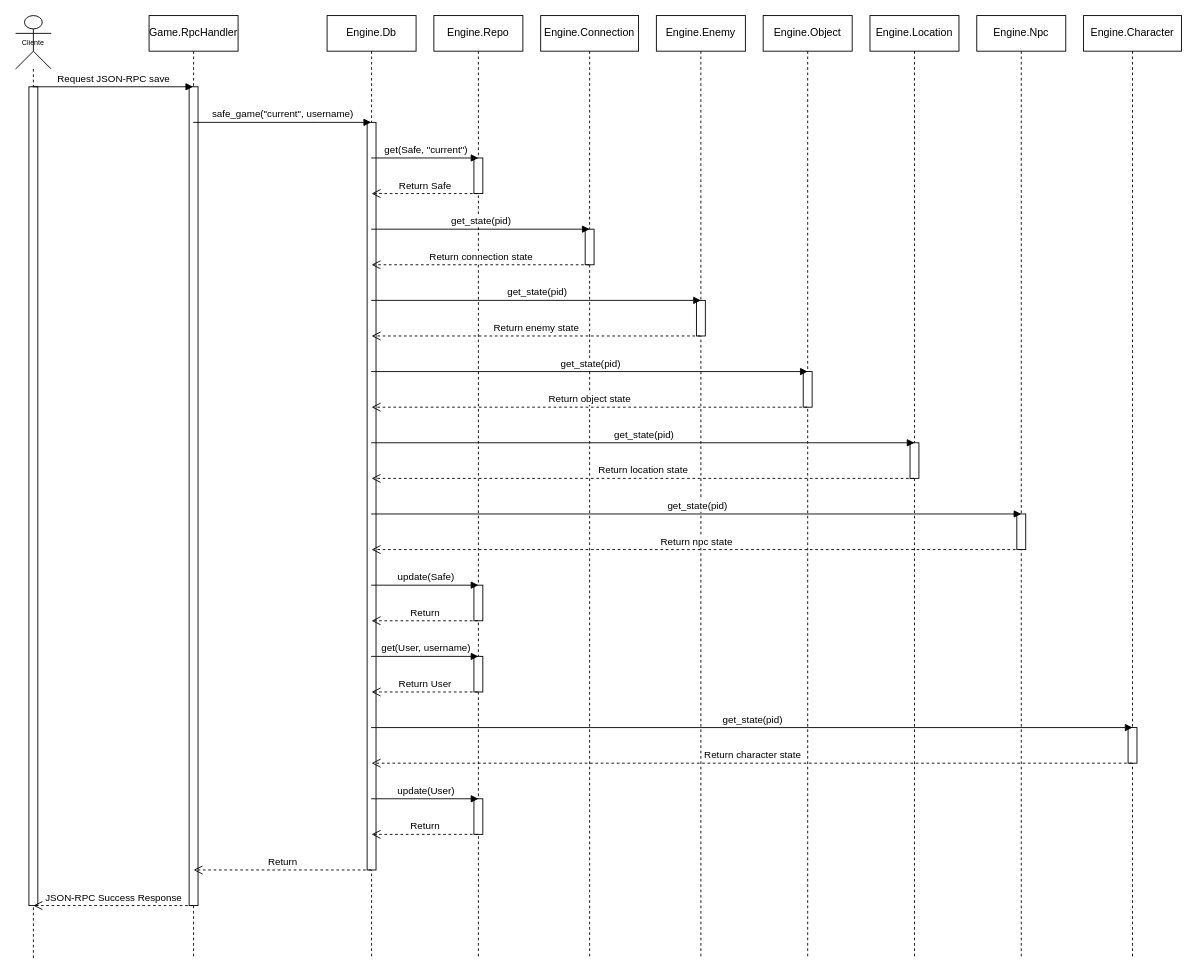
Before: diagrams/game/caso_uso_guardar_partida.drawio in ThAlsay/Hephaestus, a draw.io diagram. Source tidied: cells renumbered, new cells numbered last; positions are measured from the earlier drawing's top-left corner, leaving out a move shared by most shapes. Both pictures are drawn from the tidied source at 89%, with x=0, y=0 at pixel (15, 15).
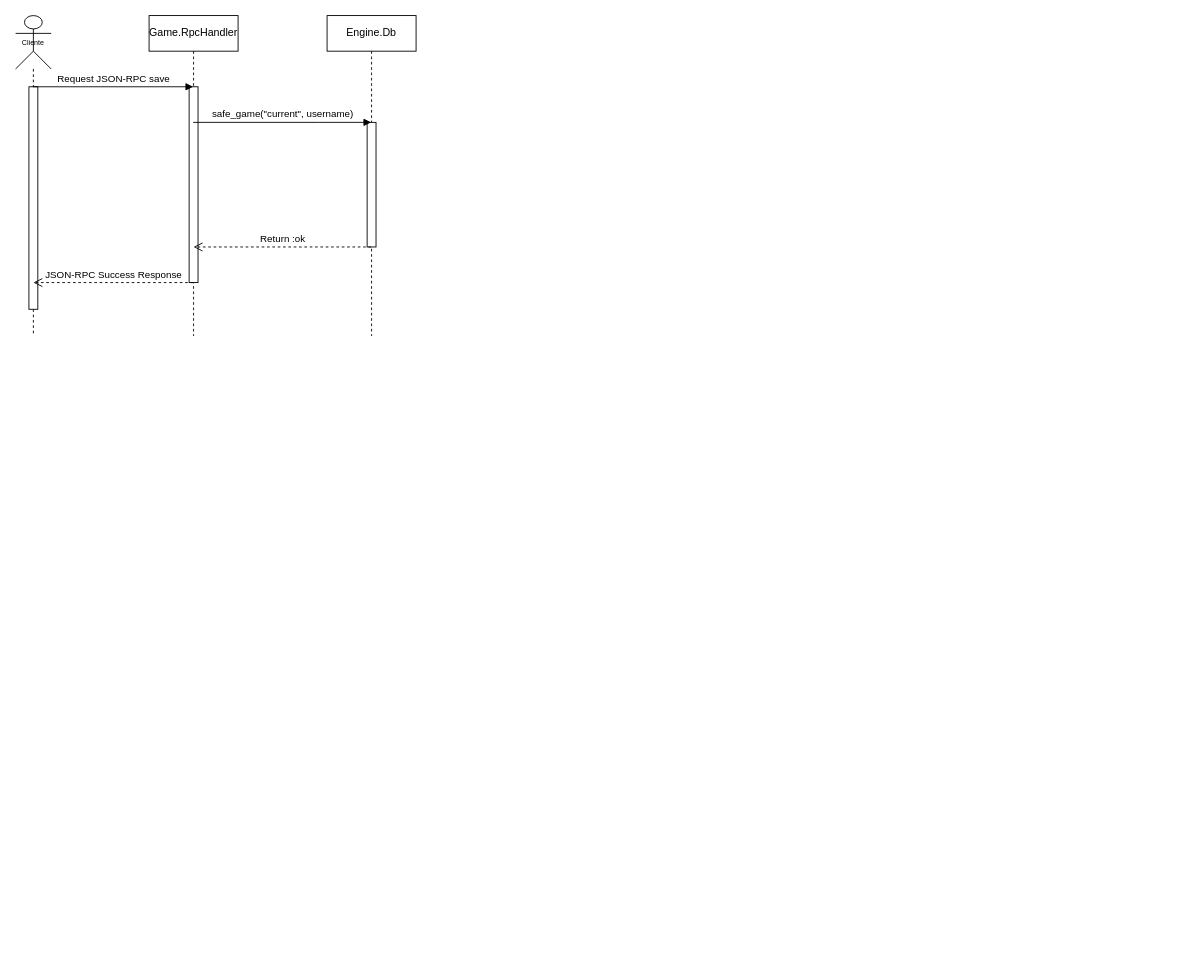
Above is the later version.

The edit, as a diff of the source:
```diff
@@
     <mxCell id="2" value="&lt;font style=&quot;font-size: 8px;&quot;&gt;Cliente&lt;/font&gt;" style="shape=umlLifeline;perimeter=lifelinePerimeter;whiteSpace=wrap;html=1;outlineConnect=0;portConstraint=eastwest;newEdgeStyle={&quot;curved&quot;:0,&quot;rounded&quot;:0};participant=umlActor;size=60;" parent="1" vertex="1">
-      <mxGeometry width="40" height="1060" as="geometry" />
+      <mxGeometry width="40" height="360" as="geometry" />
     </mxCell>
     <mxCell id="3" style="html=1;perimeter=orthogonalPerimeter;" parent="2" vertex="1">
-      <mxGeometry x="15" y="80" width="10" height="920" as="geometry" />
+      <mxGeometry x="15" y="80" width="10" height="250" as="geometry" />
     </mxCell>
     <mxCell id="4" value="Game.RpcHandler" style="shape=umlLifeline;perimeter=lifelinePerimeter;whiteSpace=wrap;html=1;outlineConnect=0;" parent="1" vertex="1">
-      <mxGeometry x="150" width="100" height="1060" as="geometry" />
+      <mxGeometry x="150" width="100" height="360" as="geometry" />
     </mxCell>
     <mxCell id="5" style="html=1;perimeter=orthogonalPerimeter;" parent="4" vertex="1">
-      <mxGeometry x="45" y="80" width="10" height="920" as="geometry" />
+      <mxGeometry x="45" y="80" width="10" height="220" as="geometry" />
     </mxCell>
     <mxCell id="6" value="Engine.Db" style="shape=umlLifeline;perimeter=lifelinePerimeter;whiteSpace=wrap;html=1;outlineConnect=0;" parent="1" vertex="1">
-      <mxGeometry x="350" width="100" height="1060" as="geometry" />
+      <mxGeometry x="350" width="100" height="360" as="geometry" />
     </mxCell>
     <mxCell id="7" style="html=1;perimeter=orthogonalPerimeter;" parent="6" vertex="1">
-      <mxGeometry x="45" y="120" width="10" height="840" as="geometry" />
+      <mxGeometry x="45" y="120" width="10" height="140" as="geometry" />
     </mxCell>
-    <mxCell id="8" value="Engine.Repo" style="shape=umlLifeline;perimeter=lifelinePerimeter;whiteSpace=wrap;html=1;outlineConnect=0;" parent="1" vertex="1">
-      <mxGeometry x="470" width="100" height="1060" as="geometry" />
-    </mxCell>
-    <mxCell id="9" style="html=1;perimeter=orthogonalPerimeter;" parent="8" vertex="1">
-      <mxGeometry x="45" y="160" width="10" height="40" as="geometry" />
-    </mxCell>
-    <mxCell id="10" style="html=1;perimeter=orthogonalPerimeter;" parent="8" vertex="1">
-      <mxGeometry x="45" y="640" width="10" height="40" as="geometry" />
-    </mxCell>
-    <mxCell id="11" style="html=1;perimeter=orthogonalPerimeter;" parent="8" vertex="1">
-      <mxGeometry x="45" y="720" width="10" height="40" as="geometry" />
-    </mxCell>
-    <mxCell id="12" style="html=1;perimeter=orthogonalPerimeter;" parent="8" vertex="1">
-      <mxGeometry x="45" y="880" width="10" height="40" as="geometry" />
-    </mxCell>
-    <mxCell id="13" value="Engine.Connection" style="shape=umlLifeline;perimeter=lifelinePerimeter;whiteSpace=wrap;html=1;outlineConnect=0;" parent="1" vertex="1">
-      <mxGeometry x="590" width="110" height="1060" as="geometry" />
-    </mxCell>
-    <mxCell id="14" style="html=1;perimeter=orthogonalPerimeter;" parent="13" vertex="1">
-      <mxGeometry x="50" y="240" width="10" height="40" as="geometry" />
-    </mxCell>
-    <mxCell id="15" value="Engine.Enemy" style="shape=umlLifeline;perimeter=lifelinePerimeter;whiteSpace=wrap;html=1;outlineConnect=0;" parent="1" vertex="1">
-      <mxGeometry x="720" width="100" height="1060" as="geometry" />
-    </mxCell>
-    <mxCell id="16" style="html=1;perimeter=orthogonalPerimeter;" parent="15" vertex="1">
-      <mxGeometry x="45" y="320" width="10" height="40" as="geometry" />
-    </mxCell>
-    <mxCell id="17" value="Engine.Object" style="shape=umlLifeline;perimeter=lifelinePerimeter;whiteSpace=wrap;html=1;outlineConnect=0;" parent="1" vertex="1">
-      <mxGeometry x="840" width="100" height="1060" as="geometry" />
-    </mxCell>
-    <mxCell id="18" style="html=1;perimeter=orthogonalPerimeter;" parent="17" vertex="1">
-      <mxGeometry x="45" y="400" width="10" height="40" as="geometry" />
-    </mxCell>
-    <mxCell id="19" value="Engine.Location" style="shape=umlLifeline;perimeter=lifelinePerimeter;whiteSpace=wrap;html=1;outlineConnect=0;" parent="1" vertex="1">
-      <mxGeometry x="960" width="100" height="1060" as="geometry" />
-    </mxCell>
-    <mxCell id="20" style="html=1;perimeter=orthogonalPerimeter;" parent="19" vertex="1">
-      <mxGeometry x="45" y="480" width="10" height="40" as="geometry" />
-    </mxCell>
-    <mxCell id="21" value="Engine.Npc" style="shape=umlLifeline;perimeter=lifelinePerimeter;whiteSpace=wrap;html=1;outlineConnect=0;" parent="1" vertex="1">
-      <mxGeometry x="1080" width="100" height="1060" as="geometry" />
-    </mxCell>
-    <mxCell id="22" style="html=1;perimeter=orthogonalPerimeter;" parent="21" vertex="1">
-      <mxGeometry x="45" y="560" width="10" height="40" as="geometry" />
-    </mxCell>
-    <mxCell id="23" value="Engine.Character" style="shape=umlLifeline;perimeter=lifelinePerimeter;whiteSpace=wrap;html=1;outlineConnect=0;" parent="1" vertex="1">
-      <mxGeometry x="1200" width="110" height="1060" as="geometry" />
-    </mxCell>
-    <mxCell id="24" style="html=1;perimeter=orthogonalPerimeter;" parent="23" vertex="1">
-      <mxGeometry x="50" y="800" width="10" height="40" as="geometry" />
-    </mxCell>
@@
-    <mxCell id="27" value="get(Safe, &quot;current&quot;)" style="html=1;verticalAlign=bottom;endArrow=block;curved=0;rounded=0;" parent="1" edge="1" source="6" target="8">
-      <mxGeometry relative="1" as="geometry">
-        <Array as="points">
-          <mxPoint x="400" y="160" />
-          <mxPoint x="520" y="160" />
-        </Array>
-      </mxGeometry>
-    </mxCell>
-    <mxCell id="28" value="Return Safe" style="html=1;verticalAlign=bottom;endArrow=open;dashed=1;endSize=8;curved=0;rounded=0;" parent="1" edge="1" source="8" target="6">
-      <mxGeometry relative="1" as="geometry">
-        <Array as="points">
-          <mxPoint x="520" y="200" />
-          <mxPoint x="400" y="200" />
-        </Array>
-      </mxGeometry>
-    </mxCell>
-    <mxCell id="29" value="get_state(pid)" style="html=1;verticalAlign=bottom;endArrow=block;curved=0;rounded=0;" parent="1" edge="1" source="6" target="13">
-      <mxGeometry relative="1" as="geometry">
-        <Array as="points">
-          <mxPoint x="400" y="240" />
-          <mxPoint x="645" y="240" />
-        </Array>
-      </mxGeometry>
-    </mxCell>
-    <mxCell id="30" value="Return connection state" style="html=1;verticalAlign=bottom;endArrow=open;dashed=1;endSize=8;curved=0;rounded=0;" parent="1" edge="1" source="13" target="6">
-      <mxGeometry relative="1" as="geometry">
-        <Array as="points">
-          <mxPoint x="645" y="280" />
-          <mxPoint x="400" y="280" />
-        </Array>
-      </mxGeometry>
-    </mxCell>
-    <mxCell id="31" value="get_state(pid)" style="html=1;verticalAlign=bottom;endArrow=block;curved=0;rounded=0;" parent="1" edge="1" source="6" target="15">
-      <mxGeometry relative="1" as="geometry">
-        <Array as="points">
-          <mxPoint x="400" y="320" />
-          <mxPoint x="770" y="320" />
-        </Array>
-      </mxGeometry>
-    </mxCell>
-    <mxCell id="32" value="Return enemy state" style="html=1;verticalAlign=bottom;endArrow=open;dashed=1;endSize=8;curved=0;rounded=0;" parent="1" edge="1" source="15" target="6">
-      <mxGeometry relative="1" as="geometry">
-        <Array as="points">
-          <mxPoint x="770" y="360" />
-          <mxPoint x="400" y="360" />
-        </Array>
-      </mxGeometry>
-    </mxCell>
-    <mxCell id="33" value="get_state(pid)" style="html=1;verticalAlign=bottom;endArrow=block;curved=0;rounded=0;" parent="1" edge="1" source="6" target="17">
-      <mxGeometry relative="1" as="geometry">
-        <Array as="points">
-          <mxPoint x="400" y="400" />
-          <mxPoint x="890" y="400" />
-        </Array>
-      </mxGeometry>
-    </mxCell>
-    <mxCell id="34" value="Return object state" style="html=1;verticalAlign=bottom;endArrow=open;dashed=1;endSize=8;curved=0;rounded=0;" parent="1" edge="1" source="17" target="6">
-      <mxGeometry relative="1" as="geometry">
-        <Array as="points">
-          <mxPoint x="890" y="440" />
-          <mxPoint x="400" y="440" />
-        </Array>
-      </mxGeometry>
-    </mxCell>
-    <mxCell id="35" value="get_state(pid)" style="html=1;verticalAlign=bottom;endArrow=block;curved=0;rounded=0;" parent="1" edge="1" source="6" target="19">
-      <mxGeometry relative="1" as="geometry">
-        <Array as="points">
-          <mxPoint x="400" y="480" />
-          <mxPoint x="1010" y="480" />
-        </Array>
-      </mxGeometry>
-    </mxCell>
-    <mxCell id="36" value="Return location state" style="html=1;verticalAlign=bottom;endArrow=open;dashed=1;endSize=8;curved=0;rounded=0;" parent="1" edge="1" source="19" target="6">
-      <mxGeometry relative="1" as="geometry">
-        <Array as="points">
-          <mxPoint x="1010" y="520" />
-          <mxPoint x="400" y="520" />
-        </Array>
-      </mxGeometry>
-    </mxCell>
-    <mxCell id="37" value="get_state(pid)" style="html=1;verticalAlign=bottom;endArrow=block;curved=0;rounded=0;" parent="1" edge="1" source="6" target="21">
-      <mxGeometry relative="1" as="geometry">
-        <Array as="points">
-          <mxPoint x="400" y="560" />
-          <mxPoint x="1130" y="560" />
-        </Array>
-      </mxGeometry>
-    </mxCell>
-    <mxCell id="38" value="Return npc state" style="html=1;verticalAlign=bottom;endArrow=open;dashed=1;endSize=8;curved=0;rounded=0;" parent="1" edge="1" source="21" target="6">
-      <mxGeometry relative="1" as="geometry">
-        <Array as="points">
-          <mxPoint x="1130" y="600" />
-          <mxPoint x="400" y="600" />
-        </Array>
-      </mxGeometry>
-    </mxCell>
-    <mxCell id="39" value="update(Safe)" style="html=1;verticalAlign=bottom;endArrow=block;curved=0;rounded=0;" parent="1" edge="1" source="6" target="8">
-      <mxGeometry relative="1" as="geometry">
-        <Array as="points">
-          <mxPoint x="400" y="640" />
-          <mxPoint x="520" y="640" />
-        </Array>
-      </mxGeometry>
-    </mxCell>
-    <mxCell id="40" value="Return" style="html=1;verticalAlign=bottom;endArrow=open;dashed=1;endSize=8;curved=0;rounded=0;" parent="1" edge="1" source="8" target="6">
-      <mxGeometry relative="1" as="geometry">
-        <Array as="points">
-          <mxPoint x="520" y="680" />
-          <mxPoint x="400" y="680" />
-        </Array>
-      </mxGeometry>
-    </mxCell>
-    <mxCell id="41" value="get(User, username)" style="html=1;verticalAlign=bottom;endArrow=block;curved=0;rounded=0;" parent="1" edge="1" source="6" target="8">
-      <mxGeometry relative="1" as="geometry">
-        <Array as="points">
-          <mxPoint x="400" y="720" />
-          <mxPoint x="520" y="720" />
-        </Array>
-      </mxGeometry>
-    </mxCell>
-    <mxCell id="42" value="Return User" style="html=1;verticalAlign=bottom;endArrow=open;dashed=1;endSize=8;curved=0;rounded=0;" parent="1" edge="1" source="8" target="6">
-      <mxGeometry relative="1" as="geometry">
-        <Array as="points">
-          <mxPoint x="520" y="760" />
-          <mxPoint x="400" y="760" />
-        </Array>
-      </mxGeometry>
-    </mxCell>
-    <mxCell id="43" value="get_state(pid)" style="html=1;verticalAlign=bottom;endArrow=block;curved=0;rounded=0;" parent="1" edge="1" source="6" target="23">
-      <mxGeometry relative="1" as="geometry">
-        <Array as="points">
-          <mxPoint x="400" y="800" />
-          <mxPoint x="1255" y="800" />
-        </Array>
-      </mxGeometry>
-    </mxCell>
-    <mxCell id="44" value="Return character state" style="html=1;verticalAlign=bottom;endArrow=open;dashed=1;endSize=8;curved=0;rounded=0;" parent="1" edge="1" source="23" target="6">
-      <mxGeometry relative="1" as="geometry">
-        <Array as="points">
-          <mxPoint x="1255" y="840" />
-          <mxPoint x="400" y="840" />
-        </Array>
-      </mxGeometry>
-    </mxCell>
-    <mxCell id="45" value="update(User)" style="html=1;verticalAlign=bottom;endArrow=block;curved=0;rounded=0;" parent="1" edge="1" source="6" target="8">
-      <mxGeometry relative="1" as="geometry">
-        <Array as="points">
-          <mxPoint x="400" y="880" />
-          <mxPoint x="520" y="880" />
-        </Array>
-      </mxGeometry>
-    </mxCell>
-    <mxCell id="46" value="Return" style="html=1;verticalAlign=bottom;endArrow=open;dashed=1;endSize=8;curved=0;rounded=0;" parent="1" edge="1" source="8" target="6">
-      <mxGeometry relative="1" as="geometry">
-        <Array as="points">
-          <mxPoint x="520" y="920" />
-          <mxPoint x="400" y="920" />
-        </Array>
-      </mxGeometry>
-    </mxCell>
-    <mxCell id="47" value="Return" style="html=1;verticalAlign=bottom;endArrow=open;dashed=1;endSize=8;curved=0;rounded=0;" parent="1" edge="1" source="6" target="4">
+    <mxCell id="47" value="Return :ok" style="html=1;verticalAlign=bottom;endArrow=open;dashed=1;endSize=8;curved=0;rounded=0;" parent="1" edge="1">
       <mxGeometry relative="1" as="geometry">
+        <mxPoint x="399.5" y="260" as="sourcePoint" />
+        <mxPoint x="199.5" y="260" as="targetPoint" />
         <Array as="points">
-          <mxPoint x="340" y="960" />
-          <mxPoint x="200" y="960" />
+          <mxPoint x="340" y="260" />
+          <mxPoint x="200" y="260" />
         </Array>
       </mxGeometry>
     </mxCell>
-    <mxCell id="48" value="JSON-RPC Success Response" style="html=1;verticalAlign=bottom;endArrow=open;dashed=1;endSize=8;curved=0;rounded=0;" parent="1" edge="1" source="4" target="2">
+    <mxCell id="48" value="JSON-RPC Success Response" style="html=1;verticalAlign=bottom;endArrow=open;dashed=1;endSize=8;curved=0;rounded=0;" parent="1" edge="1">
       <mxGeometry relative="1" as="geometry">
+        <mxPoint x="199.5" y="300" as="sourcePoint" />
+        <mxPoint x="19.5" y="300" as="targetPoint" />
         <Array as="points">
-          <mxPoint x="170" y="1000" />
-          <mxPoint x="20" y="1000" />
+          <mxPoint x="170" y="300" />
+          <mxPoint x="20" y="300" />
         </Array>
       </mxGeometry>
     </mxCell>
```
